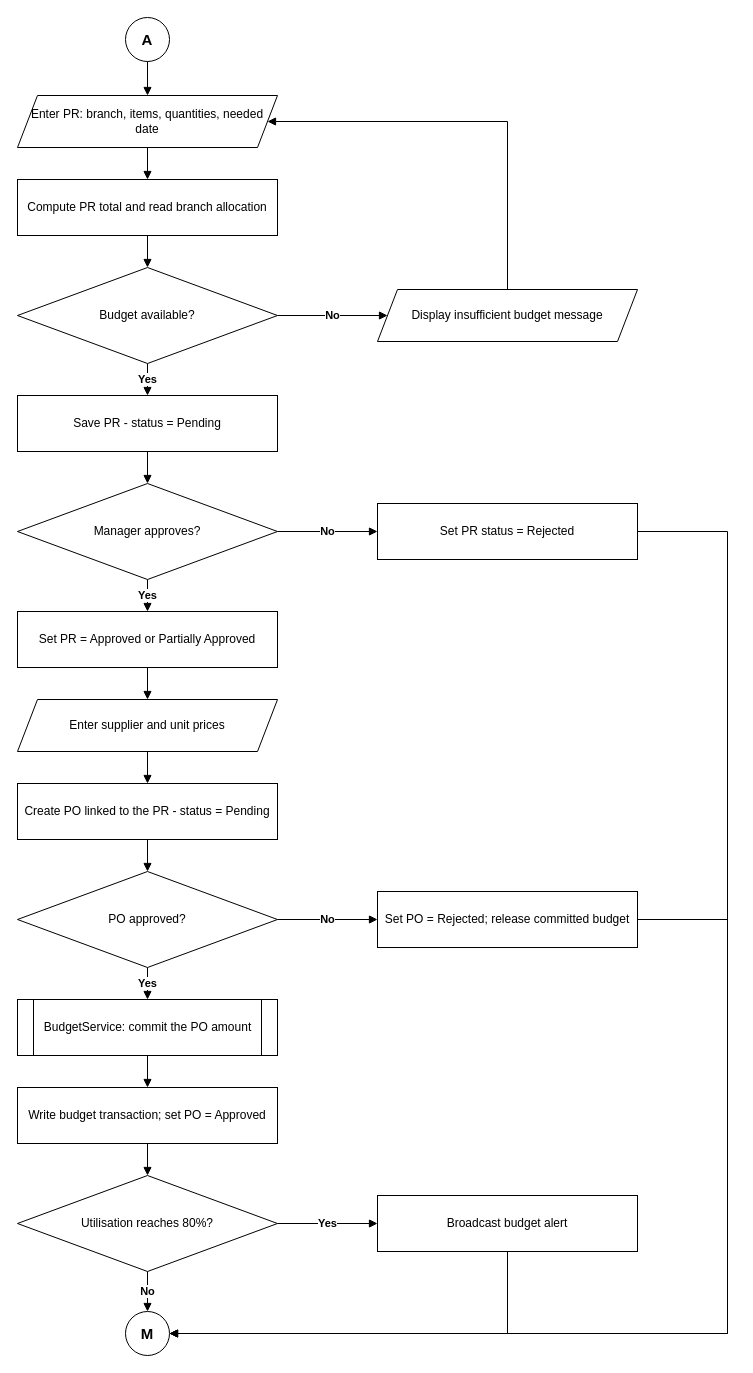
Earlier version of the draw.io diagram page "3 - A Procurement" (3 of 7) of docs/Airking-System-Flowchart.drawio (GROUP34-AirkingCapsProj/group34). Source tidied: cells renumbered, new cells numbered last; positions are measured from the earlier drawing's top-left corner, leaving out a move shared by most shapes. Both pictures are drawn from the tidied source at 100%, with x=0, y=0 at pixel (17, 17).
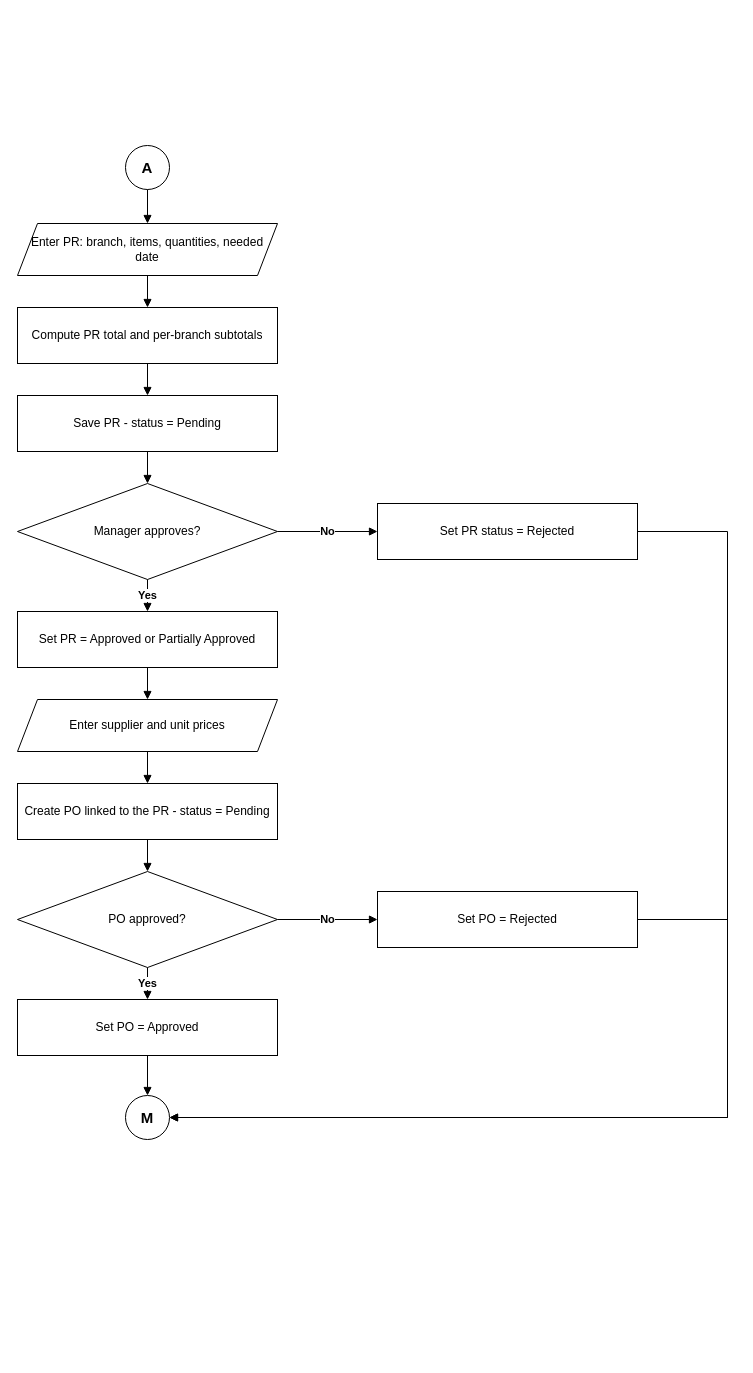
The same diagram, later.

The change refers to these unchanged cells:
```xml
<mxCell id="7" value="Save PR - status = Pending" style="rounded=0;whiteSpace=wrap;html=1;fillColor=#ffffff;strokeColor=#000000;fontColor=#000000;fontSize=12;" parent="1" vertex="1">
  <mxGeometry y="378" width="260" height="56" as="geometry" />
</mxCell>
<mxCell id="8" value="Manager approves?" style="rhombus;whiteSpace=wrap;html=1;fillColor=#ffffff;strokeColor=#000000;fontColor=#000000;fontSize=12;" parent="1" vertex="1">
  <mxGeometry y="466" width="260" height="96" as="geometry" />
</mxCell>
<mxCell id="9" value="Set PR status = Rejected" style="rounded=0;whiteSpace=wrap;html=1;fillColor=#ffffff;strokeColor=#000000;fontColor=#000000;fontSize=12;" parent="1" vertex="1">
  <mxGeometry x="360" y="486" width="260" height="56" as="geometry" />
</mxCell>
<mxCell id="10" value="Set PR = Approved or Partially Approved" style="rounded=0;whiteSpace=wrap;html=1;fillColor=#ffffff;strokeColor=#000000;fontColor=#000000;fontSize=12;" parent="1" vertex="1">
  <mxGeometry y="594" width="260" height="56" as="geometry" />
</mxCell>
<mxCell id="11" value="Enter supplier and unit prices" style="shape=parallelogram;perimeter=parallelogramPerimeter;whiteSpace=wrap;html=1;fixedSize=1;size=20;fillColor=#ffffff;strokeColor=#000000;fontColor=#000000;fontSize=12;" parent="1" vertex="1">
  <mxGeometry y="682" width="260" height="52" as="geometry" />
</mxCell>
<mxCell id="12" value="Create PO linked to the PR - status = Pending" style="rounded=0;whiteSpace=wrap;html=1;fillColor=#ffffff;strokeColor=#000000;fontColor=#000000;fontSize=12;" parent="1" vertex="1">
  <mxGeometry y="766" width="260" height="56" as="geometry" />
</mxCell>
<mxCell id="13" value="PO approved?" style="rhombus;whiteSpace=wrap;html=1;fillColor=#ffffff;strokeColor=#000000;fontColor=#000000;fontSize=12;" parent="1" vertex="1">
  <mxGeometry y="854" width="260" height="96" as="geometry" />
</mxCell>
```

What changed in the source:
```diff
@@
     <mxCell id="2" value="A" style="ellipse;whiteSpace=wrap;html=1;fillColor=#ffffff;strokeColor=#000000;fontColor=#000000;fontSize=12;fontSize=15;fontStyle=1;" parent="1" vertex="1">
-      <mxGeometry x="108" width="44" height="44" as="geometry" />
+      <mxGeometry x="108" y="128" width="44" height="44" as="geometry" />
     </mxCell>
     <mxCell id="3" value="Enter PR: branch, items, quantities, needed date" style="shape=parallelogram;perimeter=parallelogramPerimeter;whiteSpace=wrap;html=1;fixedSize=1;size=20;fillColor=#ffffff;strokeColor=#000000;fontColor=#000000;fontSize=12;" parent="1" vertex="1">
-      <mxGeometry y="78" width="260" height="52" as="geometry" />
+      <mxGeometry y="206" width="260" height="52" as="geometry" />
     </mxCell>
-    <mxCell id="4" value="Compute PR total and read branch allocation" style="rounded=0;whiteSpace=wrap;html=1;fillColor=#ffffff;strokeColor=#000000;fontColor=#000000;fontSize=12;" parent="1" vertex="1">
-      <mxGeometry y="162" width="260" height="56" as="geometry" />
+    <mxCell id="4" value="Compute PR total and per-branch subtotals" style="rounded=0;whiteSpace=wrap;html=1;fillColor=#ffffff;strokeColor=#000000;fontColor=#000000;fontSize=12;" parent="1" vertex="1">
+      <mxGeometry y="290" width="260" height="56" as="geometry" />
     </mxCell>
-    <mxCell id="5" value="Budget available?" style="rhombus;whiteSpace=wrap;html=1;fillColor=#ffffff;strokeColor=#000000;fontColor=#000000;fontSize=12;" parent="1" vertex="1">
-      <mxGeometry y="250" width="260" height="96" as="geometry" />
-    </mxCell>
-    <mxCell id="6" value="Display insufficient budget message" style="shape=parallelogram;perimeter=parallelogramPerimeter;whiteSpace=wrap;html=1;fixedSize=1;size=20;fillColor=#ffffff;strokeColor=#000000;fontColor=#000000;fontSize=12;" parent="1" vertex="1">
-      <mxGeometry x="360" y="272" width="260" height="52" as="geometry" />
-    </mxCell>
@@
-    <mxCell id="14" value="Set PO = Rejected; release committed budget" style="rounded=0;whiteSpace=wrap;html=1;fillColor=#ffffff;strokeColor=#000000;fontColor=#000000;fontSize=12;" parent="1" vertex="1">
+    <mxCell id="14" value="Set PO = Rejected" style="rounded=0;whiteSpace=wrap;html=1;fillColor=#ffffff;strokeColor=#000000;fontColor=#000000;fontSize=12;" parent="1" vertex="1">
       <mxGeometry x="360" y="874" width="260" height="56" as="geometry" />
     </mxCell>
-    <mxCell id="15" value="BudgetService: commit the PO amount" style="shape=process;whiteSpace=wrap;html=1;backgroundOutline=1;size=0.06;fillColor=#ffffff;strokeColor=#000000;fontColor=#000000;fontSize=12;" parent="1" vertex="1">
-      <mxGeometry y="982" width="260" height="56" as="geometry" />
-    </mxCell>
-    <mxCell id="16" value="Write budget transaction; set PO = Approved" style="rounded=0;whiteSpace=wrap;html=1;fillColor=#ffffff;strokeColor=#000000;fontColor=#000000;fontSize=12;" parent="1" vertex="1">
-      <mxGeometry y="1070" width="260" height="56" as="geometry" />
+    <mxCell id="16" value="Set PO = Approved" style="rounded=0;whiteSpace=wrap;html=1;fillColor=#ffffff;strokeColor=#000000;fontColor=#000000;fontSize=12;" parent="1" vertex="1">
+      <mxGeometry y="982" width="260" height="56" as="geometry" />
     </mxCell>
-    <mxCell id="17" value="Utilisation reaches 80%?" style="rhombus;whiteSpace=wrap;html=1;fillColor=#ffffff;strokeColor=#000000;fontColor=#000000;fontSize=12;" parent="1" vertex="1">
-      <mxGeometry y="1158" width="260" height="96" as="geometry" />
-    </mxCell>
-    <mxCell id="18" value="Broadcast budget alert" style="rounded=0;whiteSpace=wrap;html=1;fillColor=#ffffff;strokeColor=#000000;fontColor=#000000;fontSize=12;" parent="1" vertex="1">
-      <mxGeometry x="360" y="1178" width="260" height="56" as="geometry" />
-    </mxCell>
     <mxCell id="19" value="M" style="ellipse;whiteSpace=wrap;html=1;fillColor=#ffffff;strokeColor=#000000;fontColor=#000000;fontSize=12;fontSize=15;fontStyle=1;" parent="1" vertex="1">
-      <mxGeometry x="108" y="1294" width="44" height="44" as="geometry" />
+      <mxGeometry x="108" y="1078" width="44" height="44" as="geometry" />
     </mxCell>
@@
-    <mxCell id="22" style="edgeStyle=orthogonalEdgeStyle;rounded=0;html=1;jettySize=auto;strokeColor=#000000;fontColor=#000000;fontSize=11;fontStyle=1;endArrow=block;endFill=1;exitX=0.5;exitY=1;exitDx=0;exitDy=0;entryX=0.5;entryY=0;entryDx=0;entryDy=0;" parent="1" edge="1" source="4" target="5">
+    <mxCell id="22" style="edgeStyle=orthogonalEdgeStyle;rounded=0;html=1;jettySize=auto;strokeColor=#000000;fontColor=#000000;fontSize=11;fontStyle=1;endArrow=block;endFill=1;exitX=0.5;exitY=1;exitDx=0;exitDy=0;entryX=0.5;entryY=0;entryDx=0;entryDy=0;" parent="1" edge="1" source="4" target="7">
       <mxGeometry relative="1" as="geometry" />
     </mxCell>
-    <mxCell id="23" value="No" style="edgeStyle=orthogonalEdgeStyle;rounded=0;html=1;jettySize=auto;strokeColor=#000000;fontColor=#000000;fontSize=11;fontStyle=1;endArrow=block;endFill=1;exitX=1;exitY=0.5;exitDx=0;exitDy=0;entryX=0;entryY=0.5;entryDx=0;entryDy=0;" parent="1" edge="1" source="5" target="6">
+    <mxCell id="23" style="edgeStyle=orthogonalEdgeStyle;rounded=0;html=1;jettySize=auto;strokeColor=#000000;fontColor=#000000;fontSize=11;fontStyle=1;endArrow=block;endFill=1;exitX=0.5;exitY=1;exitDx=0;exitDy=0;entryX=0.5;entryY=0;entryDx=0;entryDy=0;" parent="1" edge="1" source="7" target="8">
       <mxGeometry relative="1" as="geometry" />
     </mxCell>
-    <mxCell id="24" style="edgeStyle=orthogonalEdgeStyle;rounded=0;html=1;jettySize=auto;strokeColor=#000000;fontColor=#000000;fontSize=11;fontStyle=1;endArrow=block;endFill=1;exitX=0.5;exitY=0;exitDx=0;exitDy=0;entryX=1;entryY=0.5;entryDx=0;entryDy=0;" parent="1" edge="1" source="6" target="3">
-      <mxGeometry relative="1" as="geometry">
-        <Array as="points">
-          <mxPoint x="490" y="104" />
-        </Array>
-      </mxGeometry>
+    <mxCell id="24" value="No" style="edgeStyle=orthogonalEdgeStyle;rounded=0;html=1;jettySize=auto;strokeColor=#000000;fontColor=#000000;fontSize=11;fontStyle=1;endArrow=block;endFill=1;exitX=1;exitY=0.5;exitDx=0;exitDy=0;entryX=0;entryY=0.5;entryDx=0;entryDy=0;" parent="1" edge="1" source="8" target="9">
+      <mxGeometry relative="1" as="geometry" />
     </mxCell>
-    <mxCell id="25" value="Yes" style="edgeStyle=orthogonalEdgeStyle;rounded=0;html=1;jettySize=auto;strokeColor=#000000;fontColor=#000000;fontSize=11;fontStyle=1;endArrow=block;endFill=1;exitX=0.5;exitY=1;exitDx=0;exitDy=0;entryX=0.5;entryY=0;entryDx=0;entryDy=0;" parent="1" edge="1" source="5" target="7">
-      <mxGeometry relative="1" as="geometry" />
+    <mxCell id="25" style="edgeStyle=orthogonalEdgeStyle;rounded=0;html=1;jettySize=auto;strokeColor=#000000;fontColor=#000000;fontSize=11;fontStyle=1;endArrow=block;endFill=1;exitX=1;exitY=0.5;exitDx=0;exitDy=0;entryX=1;entryY=0.5;entryDx=0;entryDy=0;" parent="1" edge="1" source="9" target="19">
+      <mxGeometry relative="1" as="geometry">
+        <Array as="points">
+          <mxPoint x="710" y="514" />
+          <mxPoint x="710" y="1100" />
+        </Array>
+      </mxGeometry>
     </mxCell>
-    <mxCell id="26" style="edgeStyle=orthogonalEdgeStyle;rounded=0;html=1;jettySize=auto;strokeColor=#000000;fontColor=#000000;fontSize=11;fontStyle=1;endArrow=block;endFill=1;exitX=0.5;exitY=1;exitDx=0;exitDy=0;entryX=0.5;entryY=0;entryDx=0;entryDy=0;" parent="1" edge="1" source="7" target="8">
+    <mxCell id="26" value="Yes" style="edgeStyle=orthogonalEdgeStyle;rounded=0;html=1;jettySize=auto;strokeColor=#000000;fontColor=#000000;fontSize=11;fontStyle=1;endArrow=block;endFill=1;exitX=0.5;exitY=1;exitDx=0;exitDy=0;entryX=0.5;entryY=0;entryDx=0;entryDy=0;" parent="1" edge="1" source="8" target="10">
       <mxGeometry relative="1" as="geometry" />
     </mxCell>
-    <mxCell id="27" value="No" style="edgeStyle=orthogonalEdgeStyle;rounded=0;html=1;jettySize=auto;strokeColor=#000000;fontColor=#000000;fontSize=11;fontStyle=1;endArrow=block;endFill=1;exitX=1;exitY=0.5;exitDx=0;exitDy=0;entryX=0;entryY=0.5;entryDx=0;entryDy=0;" parent="1" edge="1" source="8" target="9">
+    <mxCell id="27" style="edgeStyle=orthogonalEdgeStyle;rounded=0;html=1;jettySize=auto;strokeColor=#000000;fontColor=#000000;fontSize=11;fontStyle=1;endArrow=block;endFill=1;exitX=0.5;exitY=1;exitDx=0;exitDy=0;entryX=0.5;entryY=0;entryDx=0;entryDy=0;" parent="1" edge="1" source="10" target="11">
       <mxGeometry relative="1" as="geometry" />
     </mxCell>
-    <mxCell id="28" style="edgeStyle=orthogonalEdgeStyle;rounded=0;html=1;jettySize=auto;strokeColor=#000000;fontColor=#000000;fontSize=11;fontStyle=1;endArrow=block;endFill=1;exitX=1;exitY=0.5;exitDx=0;exitDy=0;entryX=1;entryY=0.5;entryDx=0;entryDy=0;" parent="1" edge="1" source="9" target="19">
-      <mxGeometry relative="1" as="geometry">
-        <Array as="points">
-          <mxPoint x="710" y="514" />
-          <mxPoint x="710" y="1316" />
-        </Array>
-      </mxGeometry>
+    <mxCell id="28" style="edgeStyle=orthogonalEdgeStyle;rounded=0;html=1;jettySize=auto;strokeColor=#000000;fontColor=#000000;fontSize=11;fontStyle=1;endArrow=block;endFill=1;exitX=0.5;exitY=1;exitDx=0;exitDy=0;entryX=0.5;entryY=0;entryDx=0;entryDy=0;" parent="1" edge="1" source="11" target="12">
+      <mxGeometry relative="1" as="geometry" />
     </mxCell>
-    <mxCell id="29" value="Yes" style="edgeStyle=orthogonalEdgeStyle;rounded=0;html=1;jettySize=auto;strokeColor=#000000;fontColor=#000000;fontSize=11;fontStyle=1;endArrow=block;endFill=1;exitX=0.5;exitY=1;exitDx=0;exitDy=0;entryX=0.5;entryY=0;entryDx=0;entryDy=0;" parent="1" edge="1" source="8" target="10">
+    <mxCell id="29" style="edgeStyle=orthogonalEdgeStyle;rounded=0;html=1;jettySize=auto;strokeColor=#000000;fontColor=#000000;fontSize=11;fontStyle=1;endArrow=block;endFill=1;exitX=0.5;exitY=1;exitDx=0;exitDy=0;entryX=0.5;entryY=0;entryDx=0;entryDy=0;" parent="1" edge="1" source="12" target="13">
       <mxGeometry relative="1" as="geometry" />
     </mxCell>
-    <mxCell id="30" style="edgeStyle=orthogonalEdgeStyle;rounded=0;html=1;jettySize=auto;strokeColor=#000000;fontColor=#000000;fontSize=11;fontStyle=1;endArrow=block;endFill=1;exitX=0.5;exitY=1;exitDx=0;exitDy=0;entryX=0.5;entryY=0;entryDx=0;entryDy=0;" parent="1" edge="1" source="10" target="11">
+    <mxCell id="30" value="No" style="edgeStyle=orthogonalEdgeStyle;rounded=0;html=1;jettySize=auto;strokeColor=#000000;fontColor=#000000;fontSize=11;fontStyle=1;endArrow=block;endFill=1;exitX=1;exitY=0.5;exitDx=0;exitDy=0;entryX=0;entryY=0.5;entryDx=0;entryDy=0;" parent="1" edge="1" source="13" target="14">
       <mxGeometry relative="1" as="geometry" />
     </mxCell>
-    <mxCell id="31" style="edgeStyle=orthogonalEdgeStyle;rounded=0;html=1;jettySize=auto;strokeColor=#000000;fontColor=#000000;fontSize=11;fontStyle=1;endArrow=block;endFill=1;exitX=0.5;exitY=1;exitDx=0;exitDy=0;entryX=0.5;entryY=0;entryDx=0;entryDy=0;" parent="1" edge="1" source="11" target="12">
-      <mxGeometry relative="1" as="geometry" />
+    <mxCell id="31" style="edgeStyle=orthogonalEdgeStyle;rounded=0;html=1;jettySize=auto;strokeColor=#000000;fontColor=#000000;fontSize=11;fontStyle=1;endArrow=block;endFill=1;exitX=1;exitY=0.5;exitDx=0;exitDy=0;entryX=1;entryY=0.5;entryDx=0;entryDy=0;" parent="1" edge="1" source="14" target="19">
+      <mxGeometry relative="1" as="geometry">
+        <Array as="points">
+          <mxPoint x="710" y="902" />
+          <mxPoint x="710" y="1100" />
+        </Array>
+      </mxGeometry>
     </mxCell>
-    <mxCell id="32" style="edgeStyle=orthogonalEdgeStyle;rounded=0;html=1;jettySize=auto;strokeColor=#000000;fontColor=#000000;fontSize=11;fontStyle=1;endArrow=block;endFill=1;exitX=0.5;exitY=1;exitDx=0;exitDy=0;entryX=0.5;entryY=0;entryDx=0;entryDy=0;" parent="1" edge="1" source="12" target="13">
+    <mxCell id="32" value="Yes" style="edgeStyle=orthogonalEdgeStyle;rounded=0;html=1;jettySize=auto;strokeColor=#000000;fontColor=#000000;fontSize=11;fontStyle=1;endArrow=block;endFill=1;exitX=0.5;exitY=1;exitDx=0;exitDy=0;entryX=0.5;entryY=0;entryDx=0;entryDy=0;" parent="1" edge="1" source="13" target="16">
       <mxGeometry relative="1" as="geometry" />
     </mxCell>
-    <mxCell id="33" value="No" style="edgeStyle=orthogonalEdgeStyle;rounded=0;html=1;jettySize=auto;strokeColor=#000000;fontColor=#000000;fontSize=11;fontStyle=1;endArrow=block;endFill=1;exitX=1;exitY=0.5;exitDx=0;exitDy=0;entryX=0;entryY=0.5;entryDx=0;entryDy=0;" parent="1" edge="1" source="13" target="14">
+    <mxCell id="33" style="edgeStyle=orthogonalEdgeStyle;rounded=0;html=1;jettySize=auto;strokeColor=#000000;fontColor=#000000;fontSize=11;fontStyle=1;endArrow=block;endFill=1;exitX=0.5;exitY=1;exitDx=0;exitDy=0;entryX=0.5;entryY=0;entryDx=0;entryDy=0;" parent="1" edge="1" source="16" target="19">
       <mxGeometry relative="1" as="geometry" />
     </mxCell>
-    <mxCell id="34" style="edgeStyle=orthogonalEdgeStyle;rounded=0;html=1;jettySize=auto;strokeColor=#000000;fontColor=#000000;fontSize=11;fontStyle=1;endArrow=block;endFill=1;exitX=1;exitY=0.5;exitDx=0;exitDy=0;entryX=1;entryY=0.5;entryDx=0;entryDy=0;" parent="1" edge="1" source="14" target="19">
-      <mxGeometry relative="1" as="geometry">
-        <Array as="points">
-          <mxPoint x="710" y="902" />
-          <mxPoint x="710" y="1316" />
-        </Array>
-      </mxGeometry>
-    </mxCell>
-    <mxCell id="35" value="Yes" style="edgeStyle=orthogonalEdgeStyle;rounded=0;html=1;jettySize=auto;strokeColor=#000000;fontColor=#000000;fontSize=11;fontStyle=1;endArrow=block;endFill=1;exitX=0.5;exitY=1;exitDx=0;exitDy=0;entryX=0.5;entryY=0;entryDx=0;entryDy=0;" parent="1" edge="1" source="13" target="15">
-      <mxGeometry relative="1" as="geometry" />
-    </mxCell>
-    <mxCell id="36" style="edgeStyle=orthogonalEdgeStyle;rounded=0;html=1;jettySize=auto;strokeColor=#000000;fontColor=#000000;fontSize=11;fontStyle=1;endArrow=block;endFill=1;exitX=0.5;exitY=1;exitDx=0;exitDy=0;entryX=0.5;entryY=0;entryDx=0;entryDy=0;" parent="1" edge="1" source="15" target="16">
-      <mxGeometry relative="1" as="geometry" />
-    </mxCell>
-    <mxCell id="37" style="edgeStyle=orthogonalEdgeStyle;rounded=0;html=1;jettySize=auto;strokeColor=#000000;fontColor=#000000;fontSize=11;fontStyle=1;endArrow=block;endFill=1;exitX=0.5;exitY=1;exitDx=0;exitDy=0;entryX=0.5;entryY=0;entryDx=0;entryDy=0;" parent="1" edge="1" source="16" target="17">
-      <mxGeometry relative="1" as="geometry" />
-    </mxCell>
-    <mxCell id="38" value="Yes" style="edgeStyle=orthogonalEdgeStyle;rounded=0;html=1;jettySize=auto;strokeColor=#000000;fontColor=#000000;fontSize=11;fontStyle=1;endArrow=block;endFill=1;exitX=1;exitY=0.5;exitDx=0;exitDy=0;entryX=0;entryY=0.5;entryDx=0;entryDy=0;" parent="1" edge="1" source="17" target="18">
-      <mxGeometry relative="1" as="geometry" />
-    </mxCell>
-    <mxCell id="39" style="edgeStyle=orthogonalEdgeStyle;rounded=0;html=1;jettySize=auto;strokeColor=#000000;fontColor=#000000;fontSize=11;fontStyle=1;endArrow=block;endFill=1;exitX=0.5;exitY=1;exitDx=0;exitDy=0;entryX=1;entryY=0.5;entryDx=0;entryDy=0;" parent="1" edge="1" source="18" target="19">
-      <mxGeometry relative="1" as="geometry">
-        <Array as="points">
-          <mxPoint x="490" y="1316" />
-        </Array>
-      </mxGeometry>
-    </mxCell>
-    <mxCell id="40" value="No" style="edgeStyle=orthogonalEdgeStyle;rounded=0;html=1;jettySize=auto;strokeColor=#000000;fontColor=#000000;fontSize=11;fontStyle=1;endArrow=block;endFill=1;exitX=0.5;exitY=1;exitDx=0;exitDy=0;entryX=0.5;entryY=0;entryDx=0;entryDy=0;" parent="1" edge="1" source="17" target="19">
-      <mxGeometry relative="1" as="geometry" />
-    </mxCell>
```
